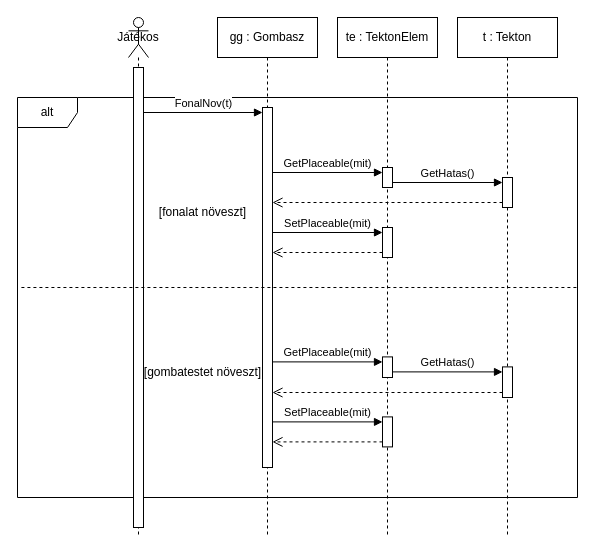
This is UML/ujSzekvencia/Fonal&TestNov.drawio from CsipetCsapatProjlab/Project, a draw.io file, before an edit. Source tidied: cells renumbered, new cells numbered last; positions are measured from the earlier drawing's top-left corner, leaving out a move shared by most shapes. Both pictures are drawn from the tidied source at 100%, with x=0, y=0 at pixel (17, 17).
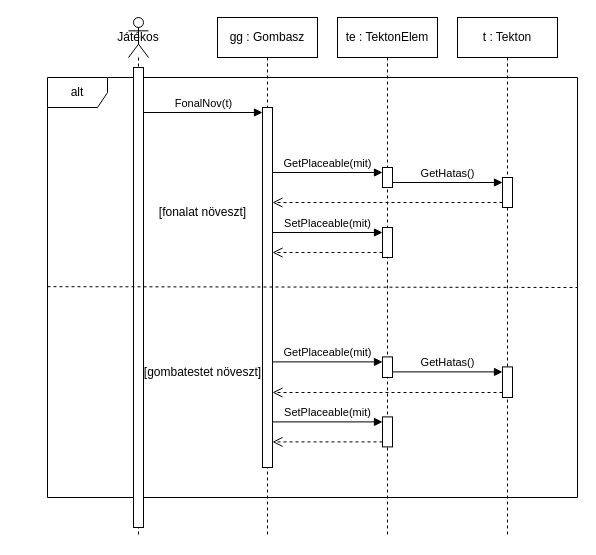
The same page after the edit.

Commit message (it also covers changes not shown here):
Fonal&TestNov formazas javitva

What changed in the source:
```diff
@@
     <mxCell id="12" value="alt" style="shape=umlFrame;whiteSpace=wrap;html=1;" parent="1" vertex="1">
-      <mxGeometry y="80" width="560" height="400" as="geometry" />
+      <mxGeometry x="30" y="60" width="530" height="420" as="geometry" />
     </mxCell>
@@
-    <mxCell id="25" style="endArrow=none;dashed=1;html=1;rounded=0;exitX=0.007;exitY=0.475;exitDx=0;exitDy=0;exitPerimeter=0;entryX=1.001;entryY=0.525;entryDx=0;entryDy=0;entryPerimeter=0;" parent="1" edge="1" source="12">
+    <mxCell id="25" style="endArrow=none;dashed=1;html=1;rounded=0;exitX=0;exitY=0.498;exitDx=0;exitDy=0;exitPerimeter=0;entryX=1.001;entryY=0.525;entryDx=0;entryDy=0;entryPerimeter=0;" parent="1" edge="1" source="12">
       <mxGeometry relative="1" as="geometry">
         <mxPoint x="560" y="270" as="targetPoint" />
       </mxGeometry>
     </mxCell>
```
